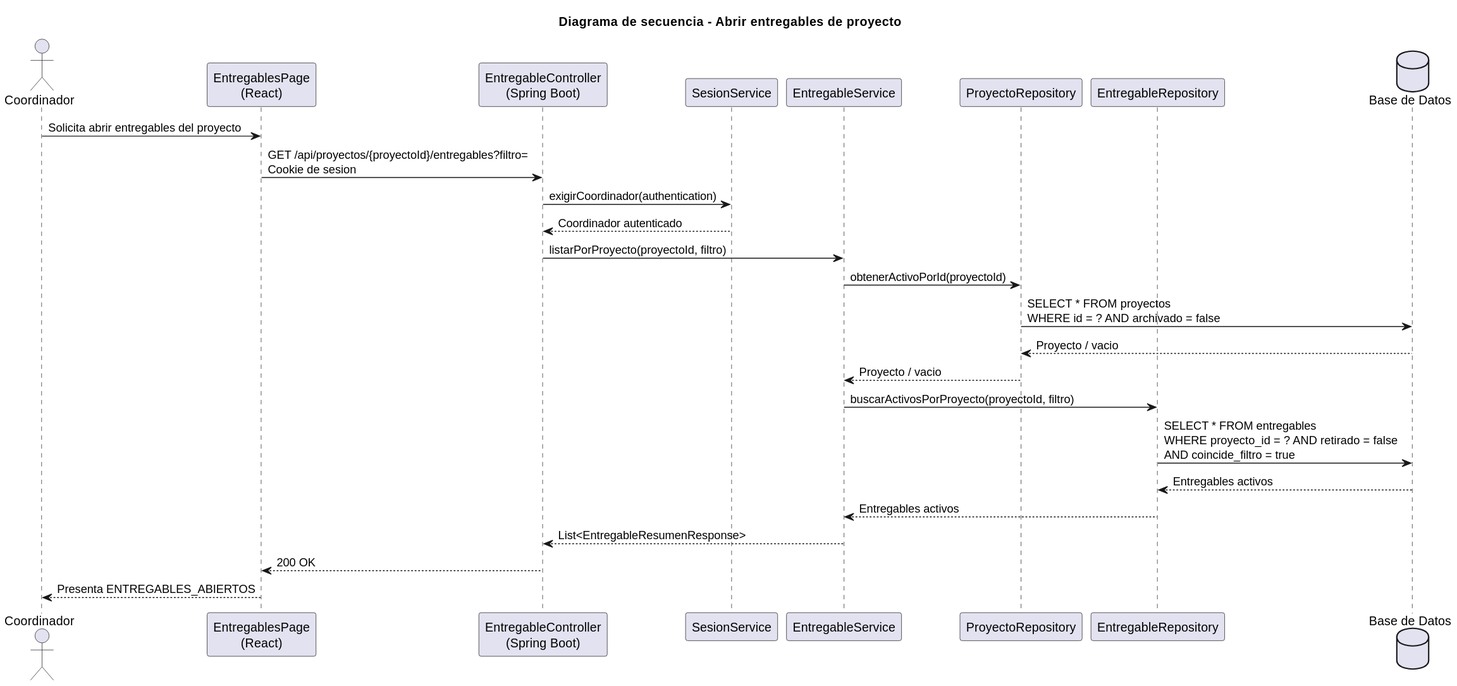
Before: images/RUP/02-diseño/casos-uso/coordinador/abrirEntregables/secuencia.svg, a diagram exported from PlantUML (beatriizorozco/25-26-idsw2-sdVC).
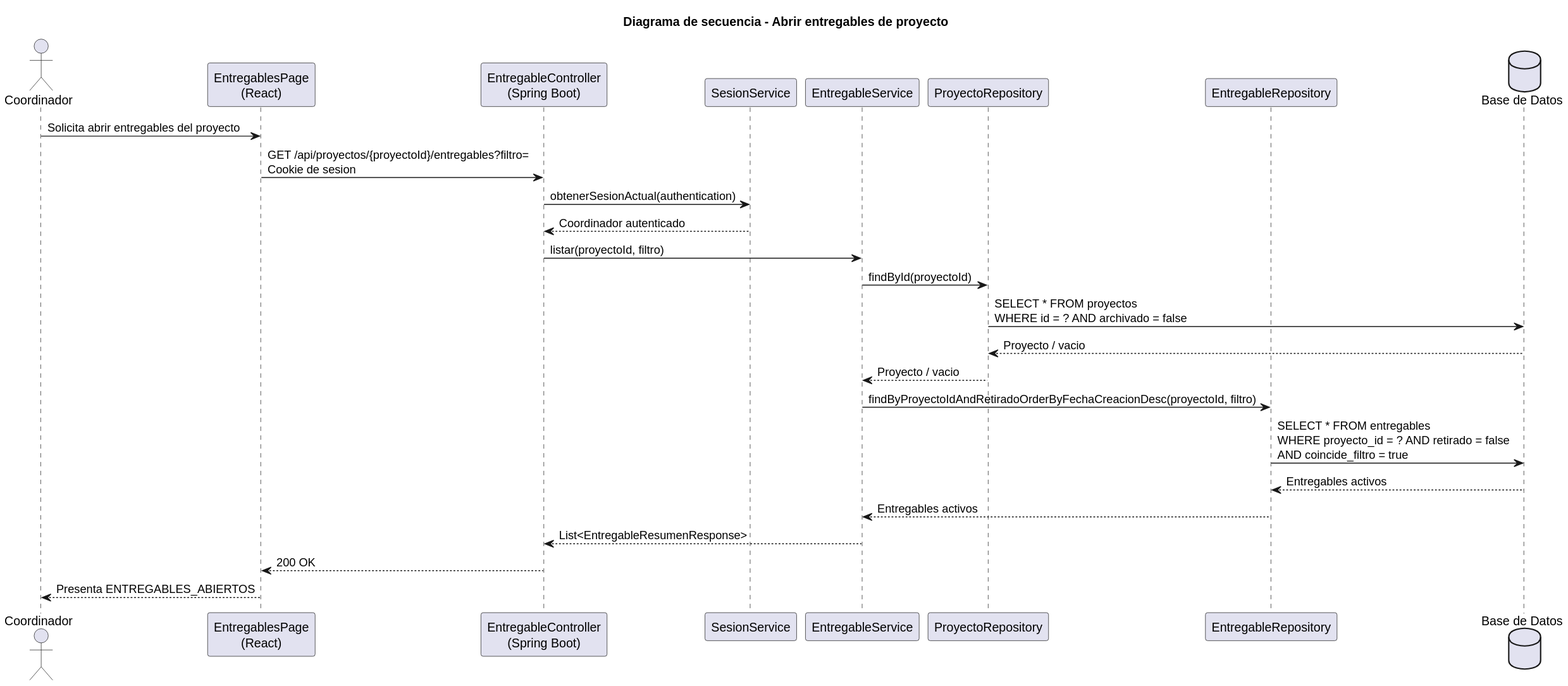
After the commit.

Diff of the diagram source:
```diff
@@ -11,14 +11,14 @@
 
 Coordinador -> Frontend: Solicita abrir entregables del proyecto
 Frontend -> Api: GET /api/proyectos/{proyectoId}/entregables?filtro=\nCookie de sesion
-Api -> Sesion: exigirCoordinador(authentication)
+Api -> Sesion: obtenerSesionActual(authentication)
 Sesion --> Api: Coordinador autenticado
-Api -> Service: listarPorProyecto(proyectoId, filtro)
-Service -> ProyectoRepo: obtenerActivoPorId(proyectoId)
+Api -> Service: listar(proyectoId, filtro)
+Service -> ProyectoRepo: findById(proyectoId)
 ProyectoRepo -> DB: SELECT * FROM proyectos\nWHERE id = ? AND archivado = false
 DB --> ProyectoRepo: Proyecto / vacio
 ProyectoRepo --> Service: Proyecto / vacio
-Service -> Repo: buscarActivosPorProyecto(proyectoId, filtro)
+Service -> Repo: findByProyectoIdAndRetiradoOrderByFechaCreacionDesc(proyectoId, filtro)
 Repo -> DB: SELECT * FROM entregables\nWHERE proyecto_id = ? AND retirado = false\nAND coincide_filtro = true
 DB --> Repo: Entregables activos
 Repo --> Service: Entregables activos
```
